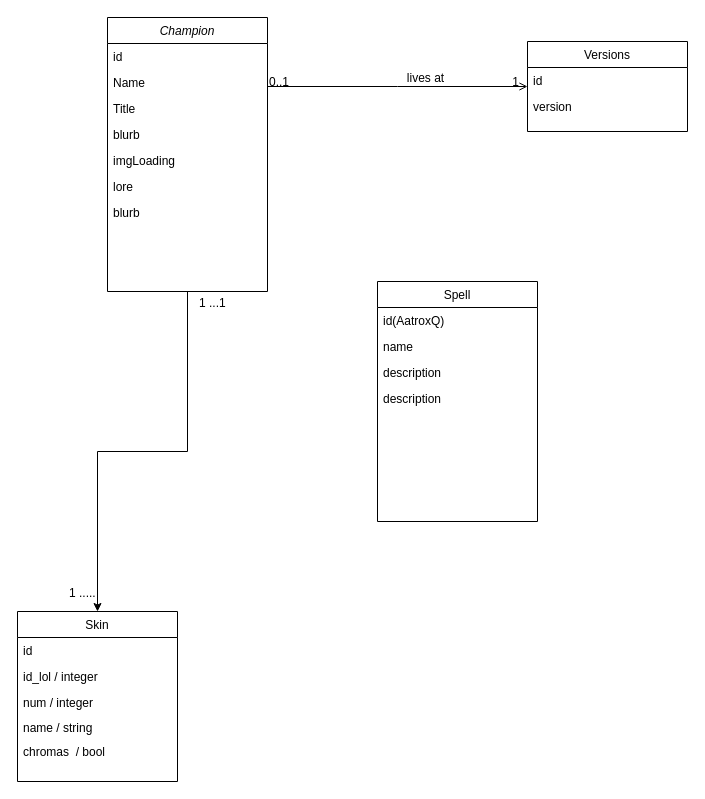
zeggriim2/Symlol keeps this draw.io diagram as Untitled Diagram.drawio. Above is the earlier version. Source tidied: cells renumbered, new cells numbered last; positions are measured from the earlier drawing's top-left corner, leaving out a move shared by most shapes. Both pictures are drawn from the tidied source at 100%, with x=0, y=0 at pixel (17, 17).
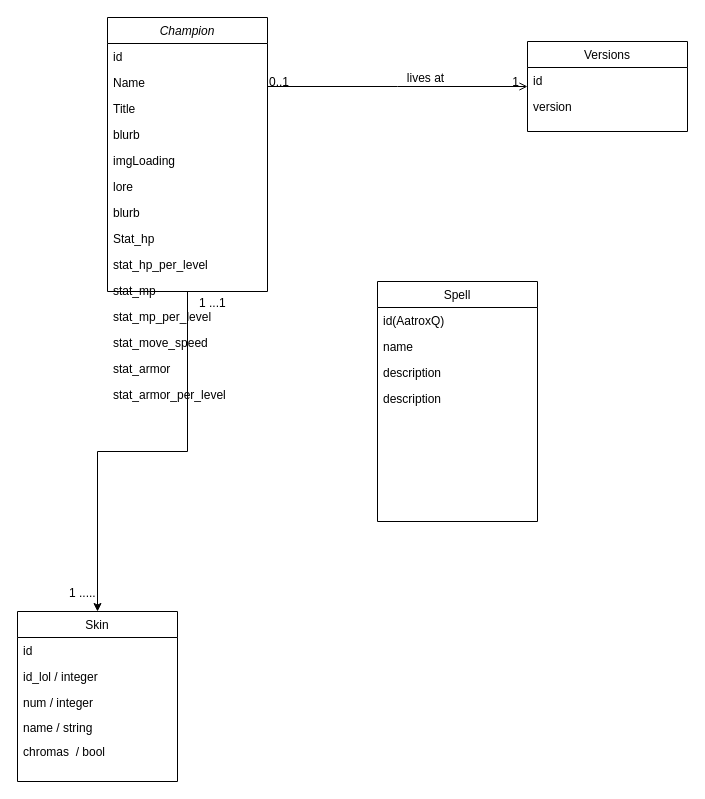
The same diagram, later.

Unchanged cells that the change refers to:
```xml
<mxCell id="3" value="Champion&#10;" style="swimlane;fontStyle=2;align=center;verticalAlign=top;horizontal=1;startSize=26;rounded=0;shadow=0;strokeWidth=1;" parent="1" vertex="1">
  <mxGeometry x="90" width="160" height="274" as="geometry" />
</mxCell>
```

What changed in the source:
```diff
@@
+    <mxCell id="31" value="Stat_hp" style="text;align=left;verticalAlign=top;spacingLeft=4;spacingRight=4;overflow=hidden;rounded=0;shadow=0;html=0;" parent="3" vertex="1">
+      <mxGeometry y="208" width="160" height="26" as="geometry" />
+    </mxCell>
+    <mxCell id="32" value="stat_hp_per_level" style="text;align=left;verticalAlign=top;spacingLeft=4;spacingRight=4;overflow=hidden;rounded=0;shadow=0;html=0;" parent="3" vertex="1">
+      <mxGeometry y="234" width="160" height="26" as="geometry" />
+    </mxCell>
+    <mxCell id="33" value="stat_mp" style="text;align=left;verticalAlign=top;spacingLeft=4;spacingRight=4;overflow=hidden;rounded=0;shadow=0;html=0;" parent="3" vertex="1">
+      <mxGeometry y="260" width="160" height="26" as="geometry" />
+    </mxCell>
+    <mxCell id="34" value="stat_mp_per_level" style="text;align=left;verticalAlign=top;spacingLeft=4;spacingRight=4;overflow=hidden;rounded=0;shadow=0;html=0;" parent="3" vertex="1">
+      <mxGeometry y="286" width="160" height="26" as="geometry" />
+    </mxCell>
+    <mxCell id="35" value="stat_move_speed" style="text;align=left;verticalAlign=top;spacingLeft=4;spacingRight=4;overflow=hidden;rounded=0;shadow=0;html=0;" parent="3" vertex="1">
+      <mxGeometry y="312" width="160" height="26" as="geometry" />
+    </mxCell>
+    <mxCell id="36" value="stat_armor" style="text;align=left;verticalAlign=top;spacingLeft=4;spacingRight=4;overflow=hidden;rounded=0;shadow=0;html=0;" parent="3" vertex="1">
+      <mxGeometry y="338" width="160" height="26" as="geometry" />
+    </mxCell>
+    <mxCell id="37" value="stat_armor_per_level" style="text;align=left;verticalAlign=top;spacingLeft=4;spacingRight=4;overflow=hidden;rounded=0;shadow=0;html=0;" parent="3" vertex="1">
+      <mxGeometry y="364" width="160" height="26" as="geometry" />
+    </mxCell>
```
